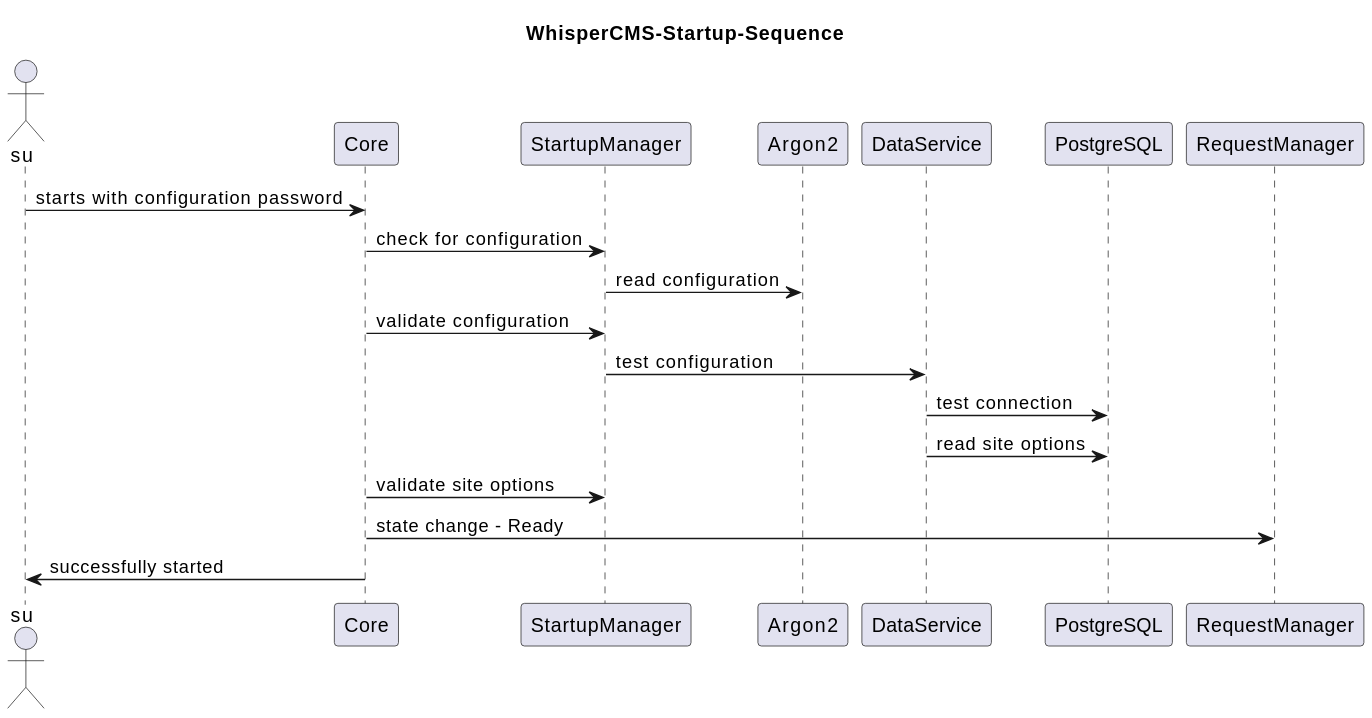
The PlantUML diagram docs/diagrams/UML-WhisperCMS-Startup-Sequence.svg in CoderByBlood/whisper-cms, before a commit. Source of this version:
```plantuml
@startuml
title WhisperCMS-Startup-Sequence

actor "su" as 2
participant "Core" as 5
participant "StartupManager" as 11
participant "Argon2" as 17
participant "DataService" as 10
participant "PostgreSQL" as 49
participant "RequestManager" as 12

2 -> 5 : starts with configuration password
5 -> 11 : check for configuration
11 -> 17 : read configuration
5 -> 11 : validate configuration
11 -> 10 : test configuration
10 -> 49 : test connection
10 -> 49 : read site options
5 -> 11 : validate site options
5 -> 12 : state change - Ready
5 -> 2 : successfully started
@enduml
```
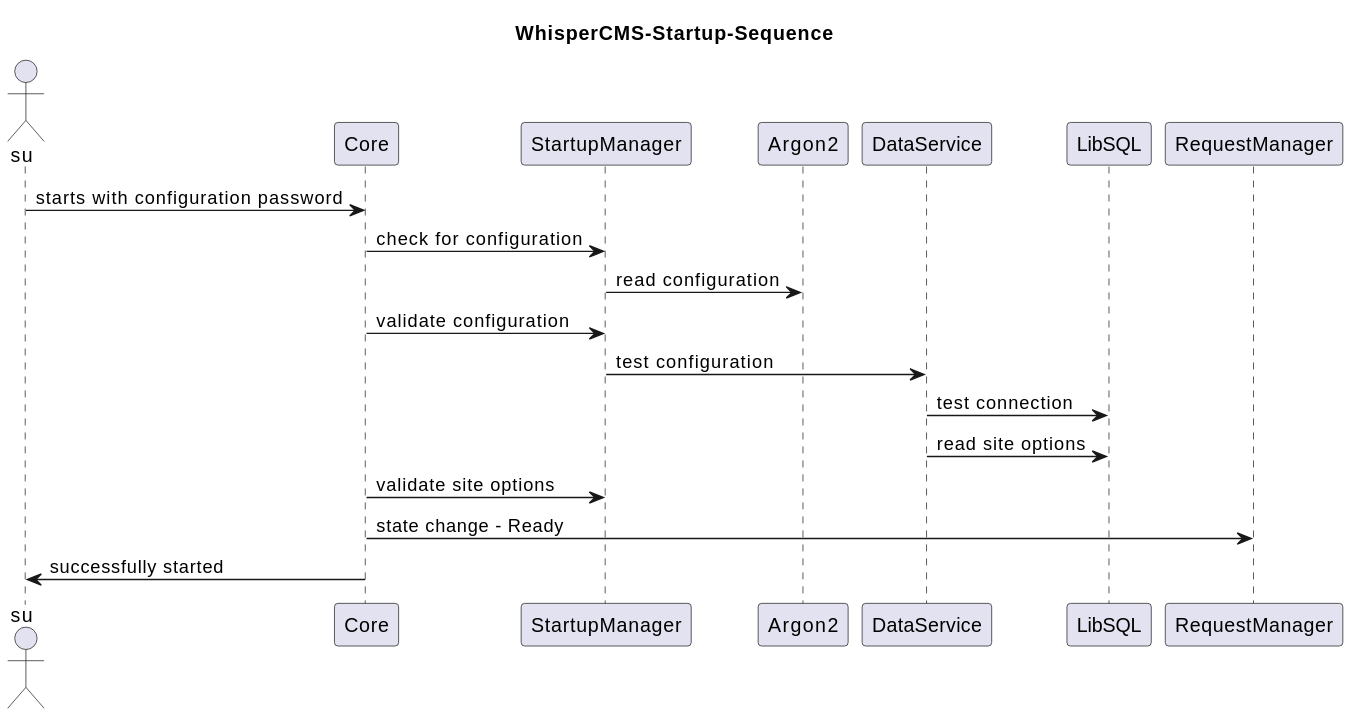
The same file after the commit.

Diff of the diagram source:
```diff
@@ -6,7 +6,7 @@
 participant "StartupManager" as 11
 participant "Argon2" as 17
 participant "DataService" as 10
-participant "PostgreSQL" as 49
+participant "LibSQL" as 49
 participant "RequestManager" as 12
 
 2 -> 5 : starts with configuration password
```
